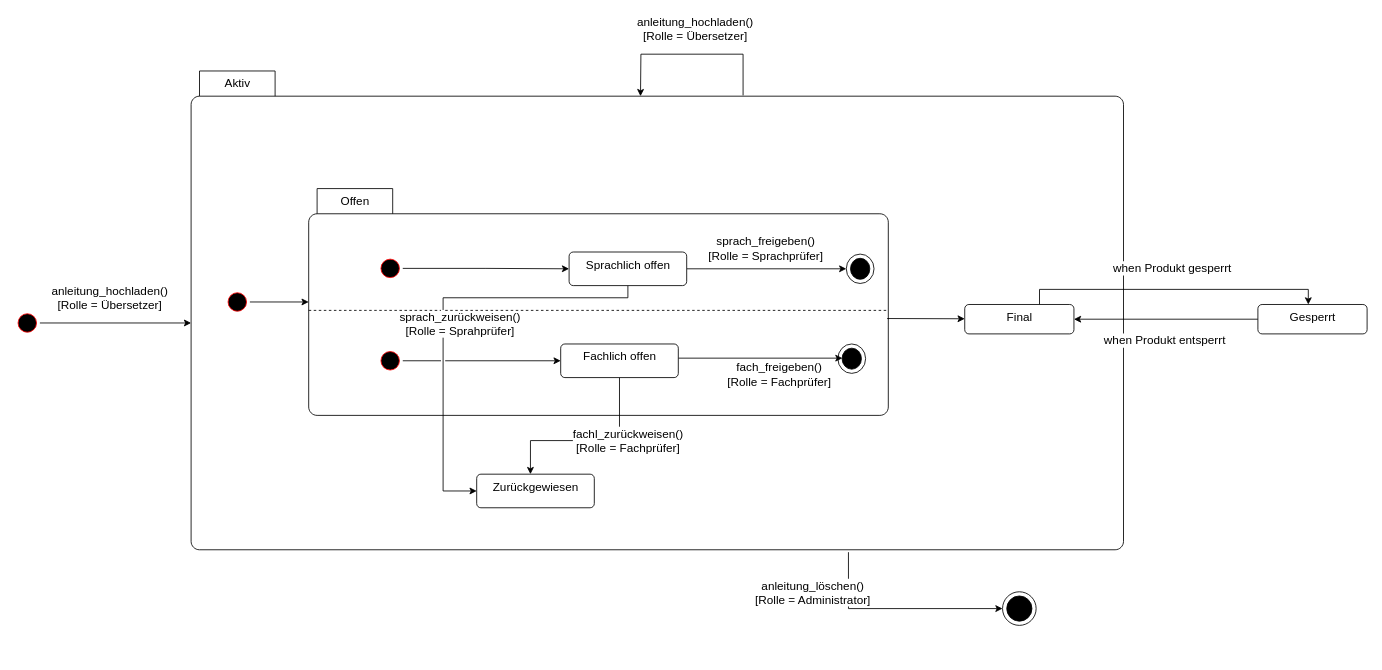
Earlier version of the draw.io diagram Anleitung_State.drawio (Schubert-Tom/Manual-Master). Source tidied: cells renumbered, new cells numbered last; positions are measured from the earlier drawing's top-left corner, leaving out a move shared by most shapes. Both pictures are drawn from the tidied source at 84%, with x=0, y=0 at pixel (14, 71).
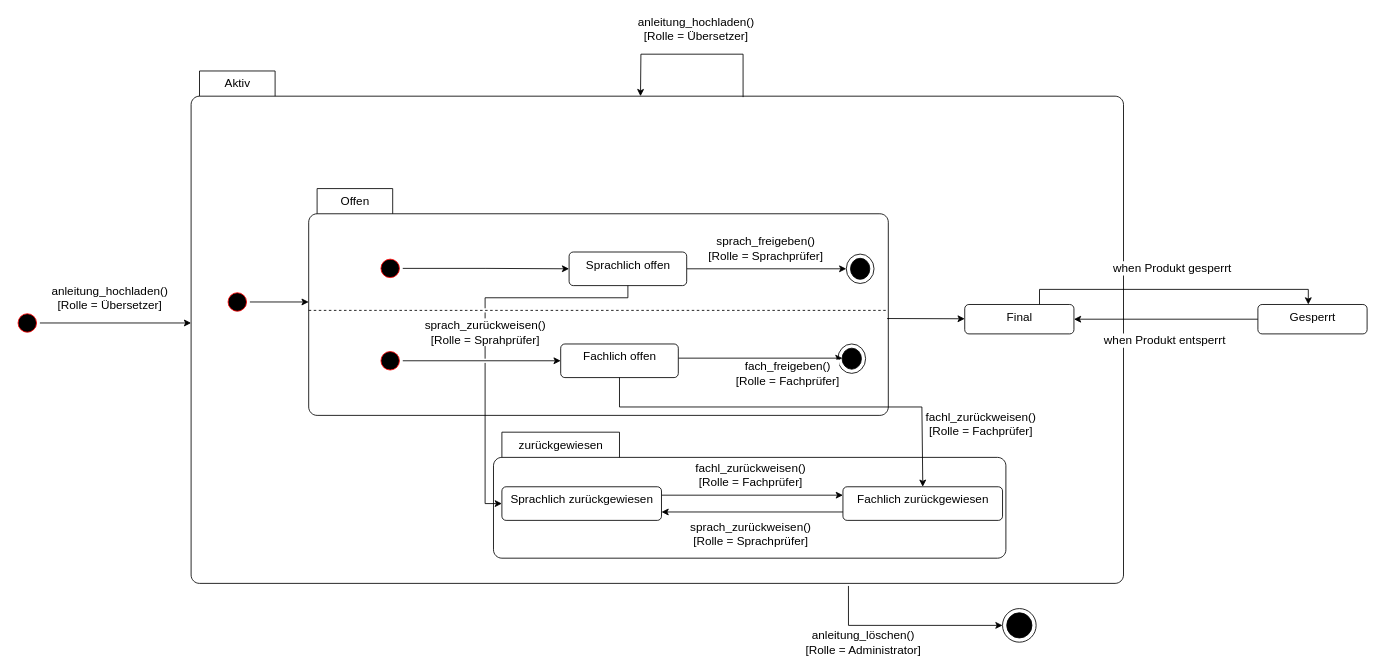
The same diagram, later.

Unchanged cells that the change refers to:
```xml
<mxCell id="10" value="Sprachlich offen" style="html=1;align=center;verticalAlign=top;rounded=1;absoluteArcSize=1;arcSize=10;dashed=0;fontSize=14;" parent="1" vertex="1">
  <mxGeometry x="660" y="215.5" width="140" height="40" as="geometry" />
</mxCell>
<mxCell id="17" style="shape=mxgraph.sysml.actFinal;html=1;verticalLabelPosition=bottom;labelBackgroundColor=#ffffff;verticalAlign=top;fontSize=14;" parent="1" vertex="1">
  <mxGeometry x="980" y="325" width="33" height="35" as="geometry" />
</mxCell>
<mxCell id="20" value="Fachlich offen" style="html=1;align=center;verticalAlign=top;rounded=1;absoluteArcSize=1;arcSize=10;dashed=0;fontSize=14;" parent="1" vertex="1">
  <mxGeometry x="650" y="325" width="140" height="40" as="geometry" />
</mxCell>
```

Change to the diagram source:
```diff
@@
     <mxCell id="4" value="Aktiv" style="shape=folder;align=center;verticalAlign=middle;fontStyle=0;tabWidth=100;tabHeight=30;tabPosition=left;html=1;boundedLbl=1;labelInHeader=1;rounded=1;absoluteArcSize=1;arcSize=10;fontSize=14;" parent="1" vertex="1">
-      <mxGeometry x="210" width="1110" height="570" as="geometry" />
+      <mxGeometry x="210" width="1110" height="610" as="geometry" />
     </mxCell>
@@
-    <mxCell id="9" value="sprach_zurückweisen()&lt;br&gt;[Rolle = Sprahprüfer]" style="edgeStyle=orthogonalEdgeStyle;rounded=0;jumpStyle=gap;jumpSize=5;jettySize=auto;html=1;fontSize=14;" parent="1" edge="1" source="10" target="21">
-      <mxGeometry x="0.05" y="20" relative="1" as="geometry">
-        <Array as="points">
-          <mxPoint x="730" y="270" />
-          <mxPoint x="510" y="270" />
-          <mxPoint x="510" y="500" />
-        </Array>
-      </mxGeometry>
-    </mxCell>
@@
     <mxCell id="18" value="fach_freigeben()&lt;br&gt;[Rolle = Fachprüfer]" style="edgeStyle=orthogonalEdgeStyle;rounded=0;jumpStyle=gap;jumpSize=5;jettySize=auto;html=1;fontSize=14;entryX=0.165;entryY=0.482;entryDx=0;entryDy=0;entryPerimeter=0;" parent="1" edge="1" source="20" target="17">
-      <mxGeometry x="0.23" y="-19" relative="1" as="geometry">
+      <mxGeometry x="0.33" y="-18" relative="1" as="geometry">
         <Array as="points">
           <mxPoint x="700" y="341" />
           <mxPoint x="700" y="341" />
         </Array>
       </mxGeometry>
     </mxCell>
-    <mxCell id="19" value="fachl_zurückweisen()&lt;br&gt;[Rolle = Fachprüfer]" style="edgeStyle=orthogonalEdgeStyle;rounded=0;jumpStyle=gap;jumpSize=5;jettySize=auto;html=1;entryX=0.457;entryY=0;entryDx=0;entryDy=0;fontSize=14;entryPerimeter=0;" parent="1" edge="1" source="20" target="21">
-      <mxGeometry x="-0.32" y="-10" relative="1" as="geometry">
-        <Array as="points">
-          <mxPoint x="720" y="440" />
-          <mxPoint x="614" y="440" />
-        </Array>
-        <mxPoint x="10" y="10" as="offset" />
-      </mxGeometry>
-    </mxCell>
@@
-    <mxCell id="21" value="Zurückgewiesen" style="html=1;align=center;verticalAlign=top;rounded=1;absoluteArcSize=1;arcSize=10;dashed=0;fontSize=14;" parent="1" vertex="1">
-      <mxGeometry x="550" y="480" width="140" height="40" as="geometry" />
-    </mxCell>
@@
     <mxCell id="24" value="anleitung_löschen()&lt;br&gt;[Rolle = Administrator]" style="edgeStyle=orthogonalEdgeStyle;rounded=0;jumpStyle=gap;jumpSize=5;jettySize=auto;html=1;fontSize=14;entryX=0;entryY=0.5;entryDx=0;entryDy=0;entryPerimeter=0;exitX=0.705;exitY=1.005;exitDx=0;exitDy=0;exitPerimeter=0;" parent="1" edge="1" source="4" target="28">
-      <mxGeometry x="-0.62" y="-43" relative="1" as="geometry">
+      <mxGeometry x="-0.44" y="-20" relative="1" as="geometry">
         <Array as="points">
-          <mxPoint x="993" y="640" />
+          <mxPoint x="993" y="660" />
+          <mxPoint x="1176" y="660" />
         </Array>
       </mxGeometry>
     </mxCell>
@@
     <mxCell id="28" style="shape=mxgraph.sysml.actFinal;html=1;verticalLabelPosition=bottom;labelBackgroundColor=#ffffff;verticalAlign=top;fontSize=14;" parent="1" vertex="1">
-      <mxGeometry x="1176" y="620" width="40" height="40" as="geometry" />
+      <mxGeometry x="1176" y="640" width="40" height="40" as="geometry" />
     </mxCell>
+    <mxCell id="30" value="zurückgewiesen" style="shape=folder;align=center;verticalAlign=middle;fontStyle=0;tabWidth=150;tabHeight=30;tabPosition=left;html=1;boundedLbl=1;labelInHeader=1;rounded=1;absoluteArcSize=1;arcSize=10;fontSize=14;" parent="1" vertex="1">
+      <mxGeometry x="570" y="430" width="610" height="150" as="geometry" />
+    </mxCell>
@@
+    <mxCell id="31" style="edgeStyle=orthogonalEdgeStyle;rounded=0;jettySize=auto;html=1;exitX=1;exitY=0.25;exitDx=0;exitDy=0;entryX=0;entryY=0.25;entryDx=0;entryDy=0;" parent="1" edge="1" source="33" target="36">
+      <mxGeometry relative="1" as="geometry" />
+    </mxCell>
+    <mxCell id="32" value="&lt;span style=&quot;font-size: 14px&quot;&gt;fachl_zurückweisen()&lt;/span&gt;&lt;br style=&quot;font-size: 14px&quot;&gt;&lt;span style=&quot;font-size: 14px&quot;&gt;[Rolle = Fachprüfer]&lt;/span&gt;" style="edgeLabel;html=1;align=center;verticalAlign=middle;" parent="31" vertex="1">
+      <mxGeometry x="-0.25" y="1" relative="1" as="geometry">
+        <mxPoint x="24" y="-24" as="offset" />
+      </mxGeometry>
+    </mxCell>
+    <mxCell id="33" value="Sprachlich zurückgewiesen" style="html=1;align=center;verticalAlign=top;rounded=1;absoluteArcSize=1;arcSize=10;dashed=0;fontSize=14;" parent="1" vertex="1">
+      <mxGeometry x="580" y="495" width="190" height="40" as="geometry" />
+    </mxCell>
+    <mxCell id="34" style="edgeStyle=orthogonalEdgeStyle;rounded=0;jettySize=auto;html=1;entryX=1;entryY=0.75;entryDx=0;entryDy=0;exitX=0;exitY=0.75;exitDx=0;exitDy=0;" parent="1" edge="1" source="36" target="33">
+      <mxGeometry relative="1" as="geometry" />
+    </mxCell>
+    <mxCell id="35" value="&lt;span style=&quot;font-size: 14px&quot;&gt;sprach_zurückweisen()&lt;/span&gt;&lt;br style=&quot;font-size: 14px&quot;&gt;&lt;span style=&quot;font-size: 14px&quot;&gt;[Rolle = Sprachprüfer]&lt;/span&gt;" style="edgeLabel;html=1;align=center;verticalAlign=middle;" parent="34" vertex="1">
+      <mxGeometry x="0.08" relative="1" as="geometry">
+        <mxPoint x="6" y="25" as="offset" />
+      </mxGeometry>
+    </mxCell>
+    <mxCell id="36" value="Fachlich zurückgewiesen" style="html=1;align=center;verticalAlign=top;rounded=1;absoluteArcSize=1;arcSize=10;dashed=0;fontSize=14;" parent="1" vertex="1">
+      <mxGeometry x="986" y="495" width="190" height="40" as="geometry" />
+    </mxCell>
+    <mxCell id="9" value="sprach_zurückweisen()&lt;br&gt;[Rolle = Sprahprüfer]" style="edgeStyle=orthogonalEdgeStyle;rounded=0;jumpStyle=gap;jumpSize=5;jettySize=auto;html=1;fontSize=14;entryX=0;entryY=0.5;entryDx=0;entryDy=0;" parent="1" edge="1" source="10" target="33">
+      <mxGeometry relative="1" as="geometry">
+        <Array as="points">
+          <mxPoint x="730" y="270" />
+          <mxPoint x="560" y="270" />
+          <mxPoint x="560" y="515" />
+        </Array>
+      </mxGeometry>
+    </mxCell>
+    <mxCell id="19" value="fachl_zurückweisen()&lt;br&gt;[Rolle = Fachprüfer]" style="edgeStyle=orthogonalEdgeStyle;rounded=0;jumpStyle=gap;jumpSize=5;jettySize=auto;html=1;entryX=0.5;entryY=0;entryDx=0;entryDy=0;fontSize=14;" parent="1" edge="1" source="20" target="36">
+      <mxGeometry x="0.69" y="70" relative="1" as="geometry">
+        <Array as="points">
+          <mxPoint x="720" y="400" />
+          <mxPoint x="1080" y="400" />
+          <mxPoint x="1080" y="490" />
+          <mxPoint x="1081" y="490" />
+        </Array>
+      </mxGeometry>
+    </mxCell>
```
